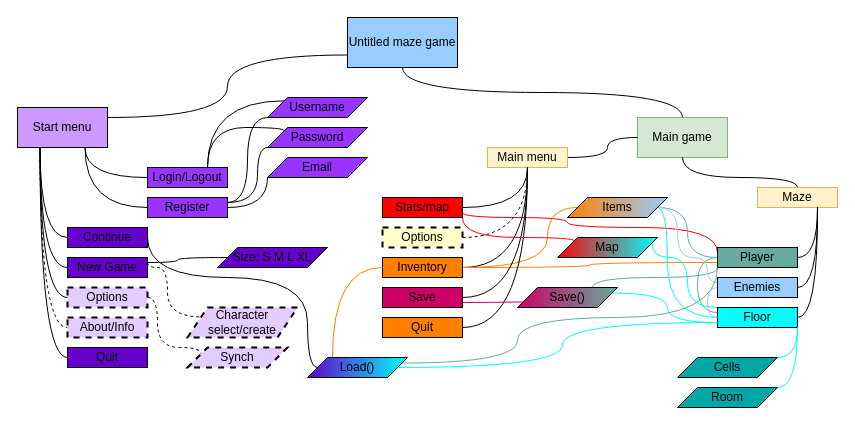
Before: Maze.drawio in Onzelarg/Maze, a draw.io diagram. Source tidied: cells renumbered, new cells numbered last; positions are measured from the earlier drawing's top-left corner, leaving out a move shared by most shapes. Both pictures are drawn from the tidied source at 100%, with x=0, y=0 at pixel (17, 17).
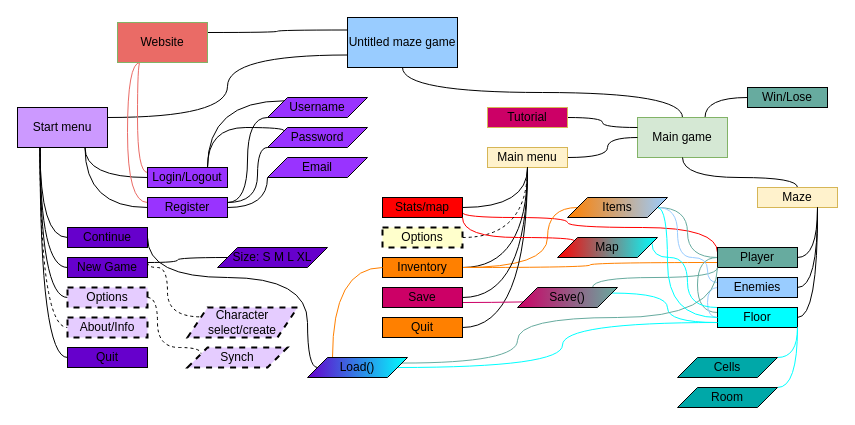
The same diagram, later.

The change refers to these unchanged cells:
```xml
<mxCell id="2" value="Untitled maze game" style="rounded=0;whiteSpace=wrap;html=1;fillStyle=solid;fillColor=#99CCFF;gradientColor=none;" parent="1" vertex="1">
  <mxGeometry x="330" width="110" height="50" as="geometry" />
</mxCell>
<mxCell id="22" value="Login/Logout" style="rounded=0;whiteSpace=wrap;html=1;fillStyle=solid;fillColor=#9933FF;" parent="1" vertex="1">
  <mxGeometry x="130" y="150" width="80" height="20" as="geometry" />
</mxCell>
<mxCell id="27" value="Register" style="rounded=0;whiteSpace=wrap;html=1;fillStyle=solid;fillColor=#9933FF;" parent="1" vertex="1">
  <mxGeometry x="130" y="180" width="80" height="20" as="geometry" />
</mxCell>
<mxCell id="29" value="Main game" style="rounded=0;whiteSpace=wrap;html=1;fillStyle=solid;fillColor=#d5e8d4;strokeColor=#82b366;" parent="1" vertex="1">
  <mxGeometry x="620" y="100" width="90" height="40" as="geometry" />
</mxCell>
```

Diff of the diagram source:
```diff
@@
+    <mxCell id="80" style="edgeStyle=orthogonalEdgeStyle;curved=1;rounded=0;jettySize=auto;html=1;exitX=0;exitY=0.25;exitDx=0;exitDy=0;entryX=1;entryY=0.25;entryDx=0;entryDy=0;endArrow=none;endFill=0;" parent="1" edge="1" source="2" target="85">
+      <mxGeometry relative="1" as="geometry" />
+    </mxCell>
@@
+    <mxCell id="81" style="edgeStyle=orthogonalEdgeStyle;curved=1;rounded=0;jettySize=auto;html=1;exitX=0;exitY=0.25;exitDx=0;exitDy=0;entryX=0.25;entryY=1;entryDx=0;entryDy=0;endArrow=none;endFill=0;strokeColor=#EA6B66;" parent="1" edge="1" source="22" target="85">
+      <mxGeometry relative="1" as="geometry">
+        <Array as="points">
+          <mxPoint x="120" y="155" />
+          <mxPoint x="120" y="45" />
+        </Array>
+      </mxGeometry>
+    </mxCell>
@@
+    <mxCell id="82" style="edgeStyle=orthogonalEdgeStyle;curved=1;rounded=0;jettySize=auto;html=1;exitX=0;exitY=0.25;exitDx=0;exitDy=0;entryX=0.25;entryY=1;entryDx=0;entryDy=0;endArrow=none;endFill=0;strokeColor=#EA6B66;" parent="1" edge="1" source="27" target="85">
+      <mxGeometry relative="1" as="geometry">
+        <Array as="points">
+          <mxPoint x="110" y="185" />
+          <mxPoint x="110" y="45" />
+        </Array>
+      </mxGeometry>
+    </mxCell>
@@
+    <mxCell id="83" style="edgeStyle=orthogonalEdgeStyle;rounded=0;jettySize=auto;html=1;exitX=0.75;exitY=0;exitDx=0;exitDy=0;entryX=0;entryY=0.5;entryDx=0;entryDy=0;endArrow=none;endFill=0;curved=1;" parent="1" edge="1" source="29" target="84">
+      <mxGeometry relative="1" as="geometry" />
+    </mxCell>
@@
+    <mxCell id="84" value="Win/Lose" style="rounded=0;whiteSpace=wrap;html=1;fillStyle=solid;fillColor=#67AB9F;" parent="1" vertex="1">
+      <mxGeometry x="730" y="70" width="80" height="20" as="geometry" />
+    </mxCell>
+    <mxCell id="85" value="Website" style="rounded=0;whiteSpace=wrap;html=1;fillStyle=solid;fillColor=#EA6B66;strokeColor=#82b366;" parent="1" vertex="1">
+      <mxGeometry x="100" y="5" width="90" height="40" as="geometry" />
+    </mxCell>
+    <mxCell id="86" style="edgeStyle=orthogonalEdgeStyle;rounded=0;jettySize=auto;html=1;exitX=1;exitY=0.5;exitDx=0;exitDy=0;entryX=0;entryY=0.25;entryDx=0;entryDy=0;curved=1;endArrow=none;endFill=0;" parent="1" edge="1" source="87" target="29">
+      <mxGeometry relative="1" as="geometry" />
+    </mxCell>
+    <mxCell id="87" value="Tutorial" style="rounded=0;whiteSpace=wrap;html=1;fillStyle=solid;fillColor=#CC0066;strokeColor=#d6b656;" parent="1" vertex="1">
+      <mxGeometry x="470" y="90" width="80" height="20" as="geometry" />
+    </mxCell>
```
